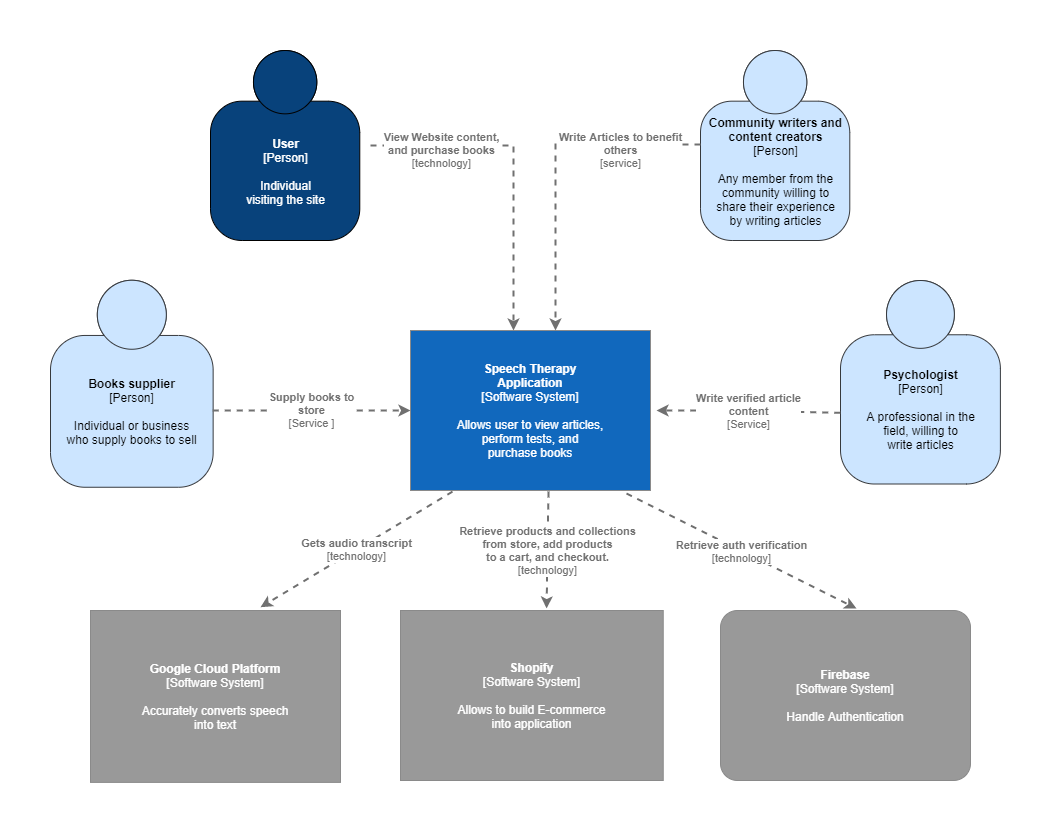
Above: docs/assets/system_context_diagram.png in shaznan/speech-therapy-app (draw.io), before the change. Source tidied: cells renumbered, new cells last; positions are measured from the earlier drawing's top-left corner, leaving out a move shared by most shapes. Its diagram source:
```xml
<mxGraphModel>
  <root>
    <mxCell id="0" />
    <mxCell id="1" parent="0" />
    <object id="2" label="&lt;b&gt;%c4Name%&lt;/b&gt;&lt;div&gt;[%c4Type%]&lt;/div&gt;&lt;br&gt;&lt;div&gt;%c4Description%&lt;/div&gt;" c4Description="Individual&#10;visiting the site " c4Name="User" c4Type="Person" placeholders="1">
      <mxCell style="html=1;dashed=0;whitespace=wrap;fillColor=#08427b;fontColor=#ffffff;shape=mxgraph.c4.person;align=center;metaData={&quot;c4Type&quot;:{&quot;editable&quot;:false}};" parent="1" vertex="1">
        <mxGeometry x="160" width="149.3" height="190" as="geometry" />
      </mxCell>
    </object>
    <object id="3" label="&lt;b&gt;%c4Name%&lt;/b&gt;&lt;div&gt;[%c4Type%]&lt;/div&gt;&lt;br&gt;&lt;div&gt;%c4Description%&lt;/div&gt;" c4Description="A professional in the&#10;field, willing to&#10;write articles" c4Name="Psychologist" c4Type="Person" placeholders="1">
      <mxCell style="html=1;dashed=0;whitespace=wrap;fillColor=#cce5ff;strokeColor=#36393d;shape=mxgraph.c4.person;align=center;points=[[0.5,0,0],[1,0.5,0],[1,0.75,0],[0.75,1,0],[0.5,1,0],[0.25,1,0],[0,0.75,0],[0,0.5,0]];metaData={&quot;c4Type&quot;:{&quot;editable&quot;:false}};" parent="1" vertex="1">
        <mxGeometry x="790" y="230" width="159.9" height="203.5" as="geometry" />
      </mxCell>
    </object>
    <object id="4" label="&lt;b&gt;%c4Name%&lt;/b&gt;&lt;div&gt;[%c4Type%]&lt;/div&gt;&lt;br&gt;&lt;div&gt;%c4Description%&lt;/div&gt;" c4Description="Individual or business&#10;who supply books to sell" c4Name="Books supplier" c4Type="Person" placeholders="1">
      <mxCell style="html=1;dashed=0;whitespace=wrap;fillColor=#cce5ff;strokeColor=#36393d;shape=mxgraph.c4.person;align=center;points=[[0.5,0,0],[1,0.5,0],[1,0.75,0],[0.75,1,0],[0.5,1,0],[0.25,1,0],[0,0.75,0],[0,0.5,0]];metaData={&quot;c4Type&quot;:{&quot;editable&quot;:false}};" parent="1" vertex="1">
        <mxGeometry y="229.8" width="162.6" height="207" as="geometry" />
      </mxCell>
    </object>
    <object id="5" label="&lt;b&gt;%c4Name%&lt;/b&gt;&lt;div&gt;[%c4Type%]&lt;/div&gt;&lt;br&gt;&lt;div&gt;%c4Description%&lt;/div&gt;" c4Description="Any member from the&#10;community willing to&#10;share their experience&#10;by writing articles" c4Name="Community writers and&#10;content creators" c4Type="Person" placeholders="1">
      <mxCell style="html=1;dashed=0;whitespace=wrap;fillColor=#cce5ff;strokeColor=#36393d;shape=mxgraph.c4.person;align=center;metaData={&quot;c4Type&quot;:{&quot;editable&quot;:false}};" parent="1" vertex="1">
        <mxGeometry x="650" width="149.3" height="190" as="geometry" />
      </mxCell>
    </object>
    <object id="6" label="&lt;b&gt;%c4Name%&lt;/b&gt;&lt;div&gt;[%c4Type%]&lt;/div&gt;&lt;br&gt;&lt;div&gt;%c4Description%&lt;/div&gt;" c4Description="Allows user to view articles,&#10;perform tests, and&#10;purchase books" c4Name="Speech Therapy&#10;Application" c4Type="Software System" placeholders="1">
      <mxCell style="rounded=0;whiteSpace=wrap;html=1;labelBackgroundColor=none;fontColor=#ffffff;align=center;arcSize=10;strokeColor=#8A8A8A;metaData={&quot;c4Type&quot;:{&quot;editable&quot;:false}};points=[[0.25,0,0],[0.5,0,0],[0.75,0,0],[1,0.25,0],[1,0.5,0],[1,0.75,0],[0.75,1,0],[0.5,1,0],[0.25,1,0],[0,0.75,0],[0,0.5,0],[0,0.25,0]];fillColor=#1168BD;shadow=0;" parent="1" vertex="1">
        <mxGeometry x="360" y="280" width="240" height="160" as="geometry" />
      </mxCell>
    </object>
    <object id="7" label="&lt;div style=&quot;text-align: left&quot;&gt;&lt;div style=&quot;text-align: center&quot;&gt;&lt;b&gt;%c4Description%&lt;/b&gt;&lt;/div&gt;&lt;div style=&quot;text-align: center&quot;&gt;[%c4Technology%]&lt;/div&gt;&lt;/div&gt;" c4Description="Write verified article&#10;content" c4Technology="Service" c4Type="Relationship" placeholders="1">
      <mxCell style="edgeStyle=none;rounded=0;html=1;jettySize=auto;strokeColor=#707070;strokeWidth=2;fontColor=#707070;jumpStyle=none;dashed=1;metaData={&quot;c4Type&quot;:{&quot;editable&quot;:false}};exitX=-0.001;exitY=0.65;exitDx=0;exitDy=0;exitPerimeter=0;" parent="1" edge="1" source="3">
        <mxGeometry relative="1" as="geometry">
          <mxPoint x="606" y="360" as="targetPoint" />
          <Array as="points">
            <mxPoint x="670" y="360" />
          </Array>
        </mxGeometry>
      </mxCell>
    </object>
    <object id="8" label="&lt;div style=&quot;text-align: left&quot;&gt;&lt;div style=&quot;text-align: center&quot;&gt;&lt;b&gt;%c4Description%&lt;/b&gt;&lt;/div&gt;&lt;div style=&quot;text-align: center&quot;&gt;[%c4Technology%]&lt;/div&gt;&lt;/div&gt;" c4Description="View Website content,&#10;and purchase books" c4Technology="technology" c4Type="Relationship" placeholders="1">
      <mxCell style="edgeStyle=none;rounded=0;html=1;jettySize=auto;orthogonalLoop=1;strokeColor=#707070;strokeWidth=2;fontColor=#707070;jumpStyle=none;dashed=1;metaData={&quot;c4Type&quot;:{&quot;editable&quot;:false}};" parent="1" edge="1">
        <mxGeometry x="-0.57" y="-5" relative="1" as="geometry">
          <mxPoint x="320" y="95" as="sourcePoint" />
          <mxPoint x="463" y="280" as="targetPoint" />
          <Array as="points">
            <mxPoint x="463" y="95" />
          </Array>
        </mxGeometry>
      </mxCell>
    </object>
    <object id="9" label="&lt;div style=&quot;text-align: left&quot;&gt;&lt;div style=&quot;text-align: center&quot;&gt;&lt;b&gt;%c4Description%&lt;/b&gt;&lt;/div&gt;&lt;div style=&quot;text-align: center&quot;&gt;[%c4Technology%]&lt;/div&gt;&lt;/div&gt;" c4Description="Write Articles to benefit&#10;others" c4Technology="service" c4Type="Relationship" placeholders="1">
      <mxCell style="edgeStyle=none;rounded=0;html=1;jettySize=auto;orthogonalLoop=1;strokeColor=#707070;strokeWidth=2;fontColor=#707070;jumpStyle=none;dashed=1;metaData={&quot;c4Type&quot;:{&quot;editable&quot;:false}};" parent="1" edge="1">
        <mxGeometry x="-0.52" y="6" relative="1" as="geometry">
          <mxPoint x="650" y="94" as="sourcePoint" />
          <mxPoint x="505" y="280" as="targetPoint" />
          <Array as="points">
            <mxPoint x="505" y="94" />
          </Array>
        </mxGeometry>
      </mxCell>
    </object>
    <object id="10" label="&lt;div style=&quot;text-align: left&quot;&gt;&lt;div style=&quot;text-align: center&quot;&gt;&lt;b&gt;%c4Description%&lt;/b&gt;&lt;/div&gt;&lt;div style=&quot;text-align: center&quot;&gt;[%c4Technology%]&lt;/div&gt;&lt;/div&gt;" c4Description="Supply books to&#10; store" c4Technology="Service " c4Type="Relationship" placeholders="1">
      <mxCell style="edgeStyle=none;rounded=0;html=1;entryX=0;entryY=0.5;jettySize=auto;strokeColor=#707070;strokeWidth=2;fontColor=#707070;jumpStyle=none;dashed=1;metaData={&quot;c4Type&quot;:{&quot;editable&quot;:false}};entryDx=0;entryDy=0;entryPerimeter=0;exitX=0.997;exitY=0.629;exitDx=0;exitDy=0;exitPerimeter=0;" parent="1" edge="1" source="4" target="6">
        <mxGeometry relative="1" as="geometry" />
      </mxCell>
    </object>
    <object id="11" label="&lt;b&gt;%c4Name%&lt;/b&gt;&lt;div&gt;[%c4Type%]&lt;/div&gt;&lt;br&gt;&lt;div&gt;%c4Description%&lt;/div&gt;" c4Description="Accurately converts speech&#10;into text  " c4Name="Google Cloud Platform " c4Type="Software System" placeholders="1">
      <mxCell style="rounded=1;whiteSpace=wrap;html=1;labelBackgroundColor=none;fillColor=#999999;fontColor=#ffffff;align=center;arcSize=0;strokeColor=#8A8A8A;metaData={&quot;c4Type&quot;:{&quot;editable&quot;:false}};points=[[0.25,0,0],[0.5,0,0],[0.75,0,0],[1,0.25,0],[1,0.5,0],[1,0.75,0],[0.75,1,0],[0.5,1,0],[0.25,1,0],[0,0.75,0],[0,0.5,0],[0,0.25,0]];shadow=0;" parent="1" vertex="1">
        <mxGeometry x="40" y="560" width="250" height="171.9" as="geometry" />
      </mxCell>
    </object>
    <object id="12" label="&lt;b&gt;%c4Name%&lt;/b&gt;&lt;div&gt;[%c4Type%]&lt;/div&gt;&lt;br&gt;&lt;div&gt;%c4Description%&lt;/div&gt;" c4Description="Allows to build E-commerce&#10;into application" c4Name="Shopify" c4Type="Software System" placeholders="1">
      <mxCell style="rounded=0;whiteSpace=wrap;html=1;labelBackgroundColor=none;fillColor=#999999;fontColor=#ffffff;align=center;arcSize=10;strokeColor=#8A8A8A;metaData={&quot;c4Type&quot;:{&quot;editable&quot;:false}};points=[[0.25,0,0],[0.5,0,0],[0.75,0,0],[1,0.25,0],[1,0.5,0],[1,0.75,0],[0.75,1,0],[0.5,1,0],[0.25,1,0],[0,0.75,0],[0,0.5,0],[0,0.25,0]];shadow=0;glass=0;sketch=0;" parent="1" vertex="1">
        <mxGeometry x="350" y="560" width="262.7" height="170" as="geometry" />
      </mxCell>
    </object>
    <object id="13" label="&lt;div style=&quot;text-align: left&quot;&gt;&lt;div style=&quot;text-align: center&quot;&gt;&lt;b&gt;%c4Description%&lt;/b&gt;&lt;/div&gt;&lt;div style=&quot;text-align: center&quot;&gt;[%c4Technology%]&lt;/div&gt;&lt;/div&gt;" c4Description="Gets audio transcript " c4Technology="technology" c4Type="Relationship" placeholders="1">
      <mxCell style="edgeStyle=none;rounded=0;html=1;jettySize=auto;strokeColor=#707070;strokeWidth=2;fontColor=#707070;jumpStyle=none;dashed=1;metaData={&quot;c4Type&quot;:{&quot;editable&quot;:false}};exitX=0.175;exitY=1.007;exitDx=0;exitDy=0;exitPerimeter=0;entryX=0.68;entryY=-0.019;entryDx=0;entryDy=0;entryPerimeter=0;" parent="1" edge="1" source="6" target="11">
        <mxGeometry relative="1" as="geometry" />
      </mxCell>
    </object>
    <object id="14" label="&lt;div style=&quot;text-align: left&quot;&gt;&lt;div style=&quot;text-align: center&quot;&gt;&lt;b&gt;%c4Description%&lt;/b&gt;&lt;/div&gt;&lt;div style=&quot;text-align: center&quot;&gt;[%c4Technology%]&lt;/div&gt;&lt;/div&gt;" c4Description="Retrieve products and collections&#10;from  store, add products&#10;to a cart, and checkout." c4Technology="technology" c4Type="Relationship" placeholders="1">
      <mxCell style="edgeStyle=none;rounded=0;html=1;jettySize=auto;strokeColor=#707070;strokeWidth=2;fontColor=#707070;jumpStyle=none;dashed=1;metaData={&quot;c4Type&quot;:{&quot;editable&quot;:false}};exitX=0.575;exitY=1.006;exitDx=0;exitDy=0;exitPerimeter=0;entryX=0.556;entryY=-0.012;entryDx=0;entryDy=0;entryPerimeter=0;" parent="1" edge="1" source="6" target="12">
        <mxGeometry relative="1" as="geometry" />
      </mxCell>
    </object>
    <object id="15" label="&lt;b&gt;%c4Name%&lt;/b&gt;&lt;div&gt;[%c4Type%]&lt;/div&gt;&lt;br&gt;&lt;div&gt;%c4Description%&lt;/div&gt;" c4Description="Handle Authentication " c4Name="Firebase" c4Type="Software System" placeholders="1">
      <mxCell style="rounded=1;whiteSpace=wrap;html=1;labelBackgroundColor=none;fillColor=#999999;fontColor=#ffffff;align=center;arcSize=10;strokeColor=#8A8A8A;metaData={&quot;c4Type&quot;:{&quot;editable&quot;:false}};points=[[0.25,0,0],[0.5,0,0],[0.75,0,0],[1,0.25,0],[1,0.5,0],[1,0.75,0],[0.75,1,0],[0.5,1,0],[0.25,1,0],[0,0.75,0],[0,0.5,0],[0,0.25,0]];shadow=0;glass=0;sketch=0;" parent="1" vertex="1">
        <mxGeometry x="670" y="560" width="250" height="170" as="geometry" />
      </mxCell>
    </object>
    <object id="16" label="&lt;div style=&quot;text-align: left&quot;&gt;&lt;div style=&quot;text-align: center&quot;&gt;&lt;b&gt;%c4Description%&lt;/b&gt;&lt;/div&gt;&lt;div style=&quot;text-align: center&quot;&gt;[%c4Technology%]&lt;/div&gt;&lt;/div&gt;" c4Description="Retrieve auth verification" c4Technology="technology" c4Type="Relationship" placeholders="1">
      <mxCell style="edgeStyle=none;rounded=0;html=1;jettySize=auto;strokeColor=#707070;strokeWidth=2;fontColor=#707070;jumpStyle=none;dashed=1;metaData={&quot;c4Type&quot;:{&quot;editable&quot;:false}};exitX=0.9;exitY=1.019;exitDx=0;exitDy=0;exitPerimeter=0;entryX=0.544;entryY=-0.012;entryDx=0;entryDy=0;entryPerimeter=0;" parent="1" edge="1" source="6" target="15">
        <mxGeometry relative="1" as="geometry" />
      </mxCell>
    </object>
  </root>
</mxGraphModel>
```
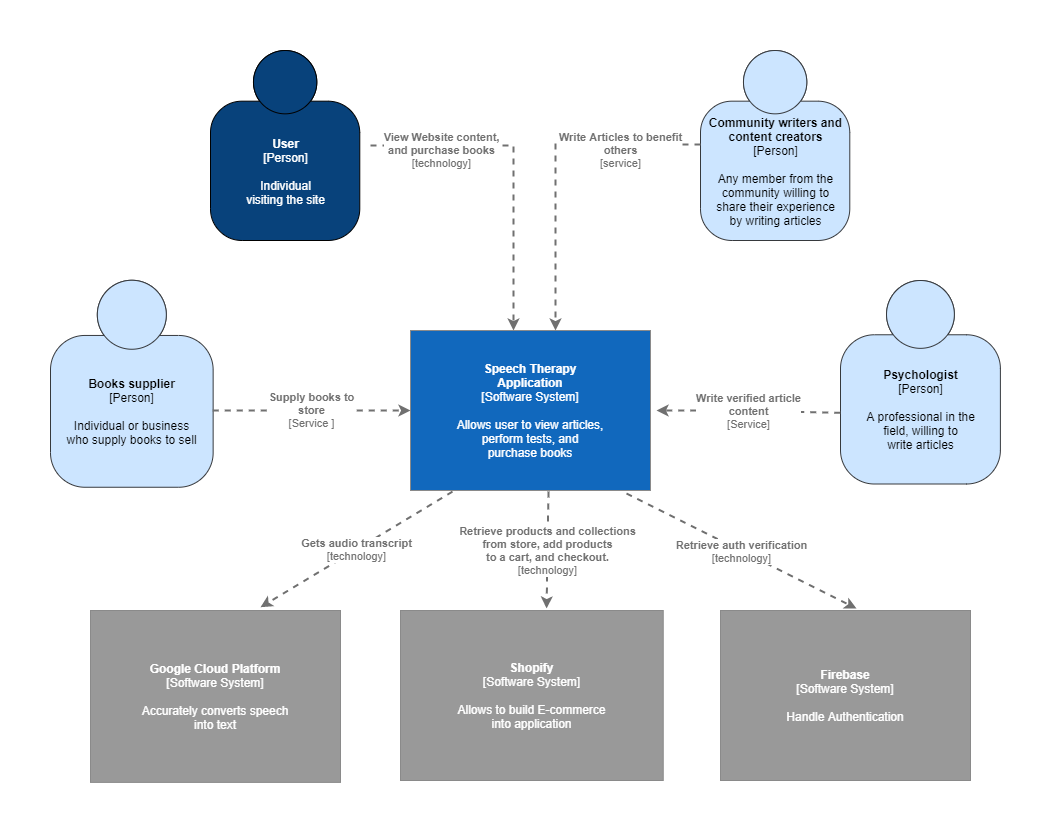
Above is the later version.

The edit, as a diff of the source:
```diff
@@ -85,7 +85,7 @@
       </mxCell>
     </object>
     <object id="15" label="&lt;b&gt;%c4Name%&lt;/b&gt;&lt;div&gt;[%c4Type%]&lt;/div&gt;&lt;br&gt;&lt;div&gt;%c4Description%&lt;/div&gt;" c4Description="Handle Authentication " c4Name="Firebase" c4Type="Software System" placeholders="1">
-      <mxCell style="rounded=1;whiteSpace=wrap;html=1;labelBackgroundColor=none;fillColor=#999999;fontColor=#ffffff;align=center;arcSize=10;strokeColor=#8A8A8A;metaData={&quot;c4Type&quot;:{&quot;editable&quot;:false}};points=[[0.25,0,0],[0.5,0,0],[0.75,0,0],[1,0.25,0],[1,0.5,0],[1,0.75,0],[0.75,1,0],[0.5,1,0],[0.25,1,0],[0,0.75,0],[0,0.5,0],[0,0.25,0]];shadow=0;glass=0;sketch=0;" parent="1" vertex="1">
+      <mxCell style="rounded=0;whiteSpace=wrap;html=1;labelBackgroundColor=none;fillColor=#999999;fontColor=#ffffff;align=center;arcSize=10;strokeColor=#8A8A8A;metaData={&quot;c4Type&quot;:{&quot;editable&quot;:false}};points=[[0.25,0,0],[0.5,0,0],[0.75,0,0],[1,0.25,0],[1,0.5,0],[1,0.75,0],[0.75,1,0],[0.5,1,0],[0.25,1,0],[0,0.75,0],[0,0.5,0],[0,0.25,0]];shadow=0;glass=0;sketch=0;" parent="1" vertex="1">
         <mxGeometry x="670" y="560" width="250" height="170" as="geometry" />
       </mxCell>
     </object>
```
